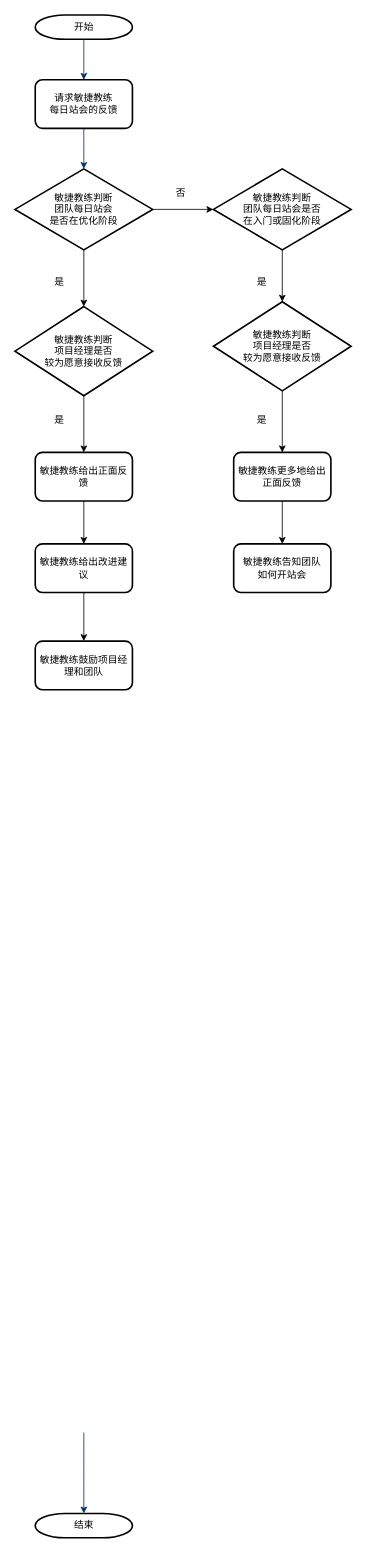
notox/2048 keeps this draw.io diagram as 项目经理请求每日站会反馈流程.drawio. Above is the earlier version. Source tidied: cells renumbered, new cells numbered last; positions are measured from the earlier drawing's top-left corner, leaving out a move shared by most shapes. Both pictures are drawn from the tidied source at 81%, with x=0, y=0 at pixel (15, 15).
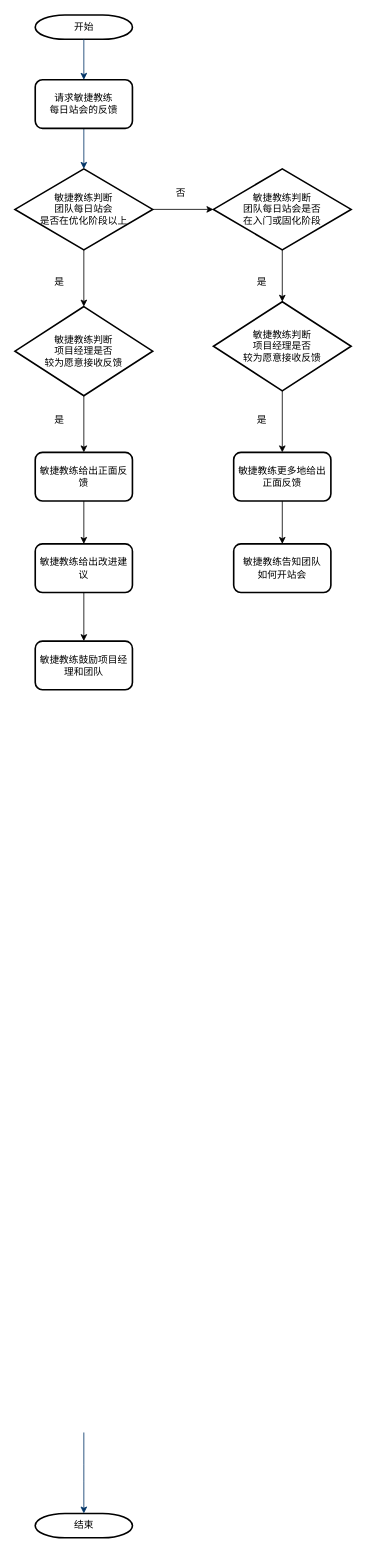
After the change.

Commit message (it also covers changes not shown here):
Update 项目经理请求每日站会反馈流程.drawio

Change to the diagram source:
```diff
@@
-    <mxCell id="10" value="敏捷教练判断&lt;br&gt;团队每日站会&lt;br&gt;是否在优化阶段" style="rhombus;whiteSpace=wrap;html=1;strokeWidth=2;gradientColor=none;" parent="1" vertex="1">
+    <mxCell id="10" value="敏捷教练判断&lt;br&gt;团队每日站会&lt;br&gt;是否在优化阶段以上" style="rhombus;whiteSpace=wrap;html=1;strokeWidth=2;gradientColor=none;" parent="1" vertex="1">
       <mxGeometry y="190" width="170" height="100" as="geometry" />
     </mxCell>
```
